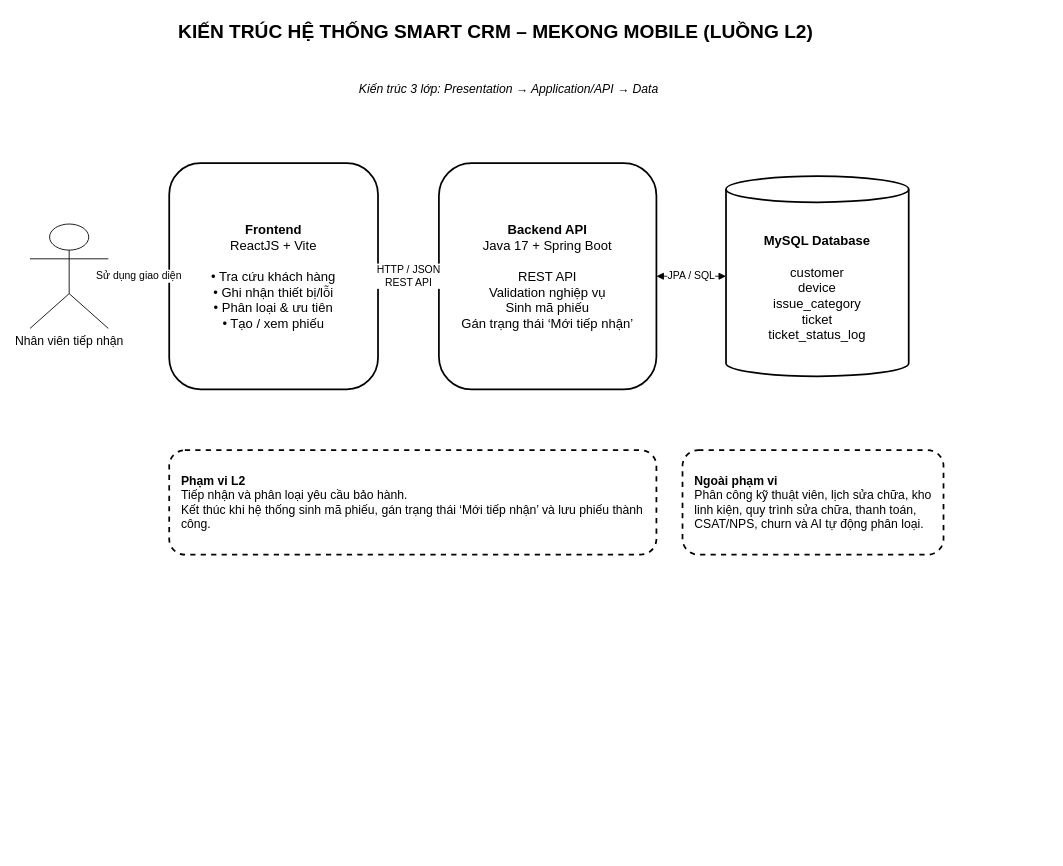
biuly1104/cdtn1-nguyenducphuoc-l2 keeps this draw.io diagram as docs/architecture.drawio. Above is the earlier version. Source tidied: cells renumbered, new cells numbered last; positions are measured from the earlier drawing's top-left corner, leaving out a move shared by most shapes. Both pictures are drawn from the tidied source at 87%, with x=0, y=0 at pixel (30, 15).
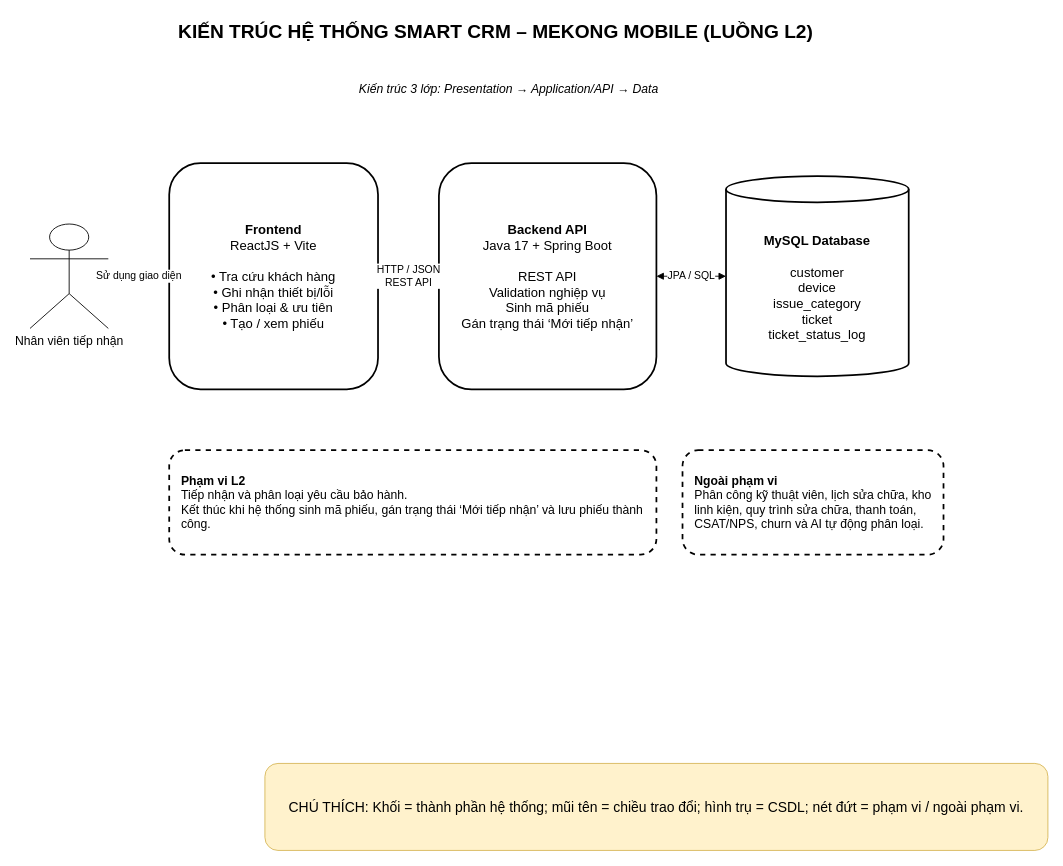
The same page after the edit.

Change to the diagram source:
```diff
@@
 <mxGraphModel>
   <root>
     <mxCell id="0" />
     <mxCell id="1" parent="0" />
     <mxCell id="2" value="KIẾN TRÚC HỆ THỐNG SMART CRM – MEKONG MOBILE (LUỒNG L2)" style="text;html=1;align=center;verticalAlign=middle;fontSize=22;fontStyle=1;" parent="1" vertex="1">
       <mxGeometry x="120" width="830" height="40" as="geometry" />
     </mxCell>
     <mxCell id="3" value="Nhân viên tiếp nhận" style="shape=umlActor;verticalLabelPosition=bottom;verticalAlign=top;html=1;fontSize=14;" parent="1" vertex="1">
       <mxGeometry y="240" width="90" height="120" as="geometry" />
     </mxCell>
     <mxCell id="4" value="&lt;b&gt;Frontend&lt;/b&gt;&lt;br&gt;ReactJS + Vite&lt;br&gt;&lt;br&gt;• Tra cứu khách hàng&lt;br&gt;• Ghi nhận thiết bị/lỗi&lt;br&gt;• Phân loại &amp; ưu tiên&lt;br&gt;• Tạo / xem phiếu" style="rounded=1;whiteSpace=wrap;html=1;align=center;verticalAlign=middle;fontSize=15;strokeWidth=2;" parent="1" vertex="1">
       <mxGeometry x="160" y="170" width="240" height="260" as="geometry" />
     </mxCell>
     <mxCell id="5" value="&lt;b&gt;Backend API&lt;/b&gt;&lt;br&gt;Java 17 + Spring Boot&lt;br&gt;&lt;br&gt;REST API&lt;br&gt;Validation nghiệp vụ&lt;br&gt;Sinh mã phiếu&lt;br&gt;Gán trạng thái ‘Mới tiếp nhận’" style="rounded=1;whiteSpace=wrap;html=1;align=center;verticalAlign=middle;fontSize=15;strokeWidth=2;" parent="1" vertex="1">
       <mxGeometry x="470" y="170" width="250" height="260" as="geometry" />
     </mxCell>
     <mxCell id="6" value="&lt;b&gt;MySQL Database&lt;/b&gt;&lt;br&gt;&lt;br&gt;customer&lt;br&gt;device&lt;br&gt;issue_category&lt;br&gt;ticket&lt;br&gt;ticket_status_log" style="shape=cylinder3;whiteSpace=wrap;html=1;boundedLbl=1;align=center;verticalAlign=middle;fontSize=15;strokeWidth=2;" parent="1" vertex="1">
       <mxGeometry x="800" y="185" width="210" height="230" as="geometry" />
     </mxCell>
     <mxCell id="7" value="Sử dụng giao diện" style="edgeStyle=orthogonalEdgeStyle;rounded=0;jettySize=auto;html=1;endArrow=block;endFill=1;fontSize=12;" parent="1" edge="1" source="3" target="4">
       <mxGeometry relative="1" as="geometry" />
     </mxCell>
     <mxCell id="8" value="HTTP / JSON&#10;REST API" style="edgeStyle=orthogonalEdgeStyle;rounded=0;jettySize=auto;html=1;startArrow=block;startFill=1;endArrow=block;endFill=1;fontSize=12;" parent="1" edge="1" source="4" target="5">
       <mxGeometry relative="1" as="geometry" />
     </mxCell>
     <mxCell id="9" value="JPA / SQL" style="edgeStyle=orthogonalEdgeStyle;rounded=0;jettySize=auto;html=1;startArrow=block;startFill=1;endArrow=block;endFill=1;fontSize=12;" parent="1" edge="1" source="5" target="6">
       <mxGeometry relative="1" as="geometry" />
     </mxCell>
     <mxCell id="10" value="&lt;b&gt;Phạm vi L2&lt;/b&gt;&lt;br&gt;Tiếp nhận và phân loại yêu cầu bảo hành.&lt;br&gt;Kết thúc khi hệ thống sinh mã phiếu, gán trạng thái ‘Mới tiếp nhận’ và lưu phiếu thành công." style="rounded=1;whiteSpace=wrap;html=1;align=left;verticalAlign=middle;fontSize=14;dashed=1;strokeWidth=2;spacingLeft=12;" parent="1" vertex="1">
       <mxGeometry x="160" y="500" width="560" height="120" as="geometry" />
     </mxCell>
     <mxCell id="11" value="&lt;b&gt;Ngoài phạm vi&lt;/b&gt;&lt;br&gt;Phân công kỹ thuật viên, lịch sửa chữa, kho linh kiện, quy trình sửa chữa, thanh toán, CSAT/NPS, churn và AI tự động phân loại." style="rounded=1;whiteSpace=wrap;html=1;align=left;verticalAlign=middle;fontSize=14;dashed=1;strokeWidth=2;spacingLeft=12;" parent="1" vertex="1">
       <mxGeometry x="750" y="500" width="300" height="120" as="geometry" />
     </mxCell>
     <mxCell id="12" value="Kiến trúc 3 lớp: Presentation → Application/API → Data" style="text;html=1;align=center;verticalAlign=middle;fontSize=14;fontStyle=2;" parent="1" vertex="1">
       <mxGeometry x="300" y="70" width="500" height="30" as="geometry" />
     </mxCell>
+    <mxCell id="13" value="CHÚ THÍCH: Khối = thành phần hệ thống; mũi tên = chiều trao đổi; hình trụ = CSDL; nét đứt = phạm vi / ngoài phạm vi." style="rounded=1;whiteSpace=wrap;html=1;fillColor=#fff2cc;strokeColor=#d6b656;fontSize=16;" parent="1" vertex="1">
+      <mxGeometry x="270" y="860" width="900" height="100" as="geometry" />
+    </mxCell>
   </root>
 </mxGraphModel>
```
